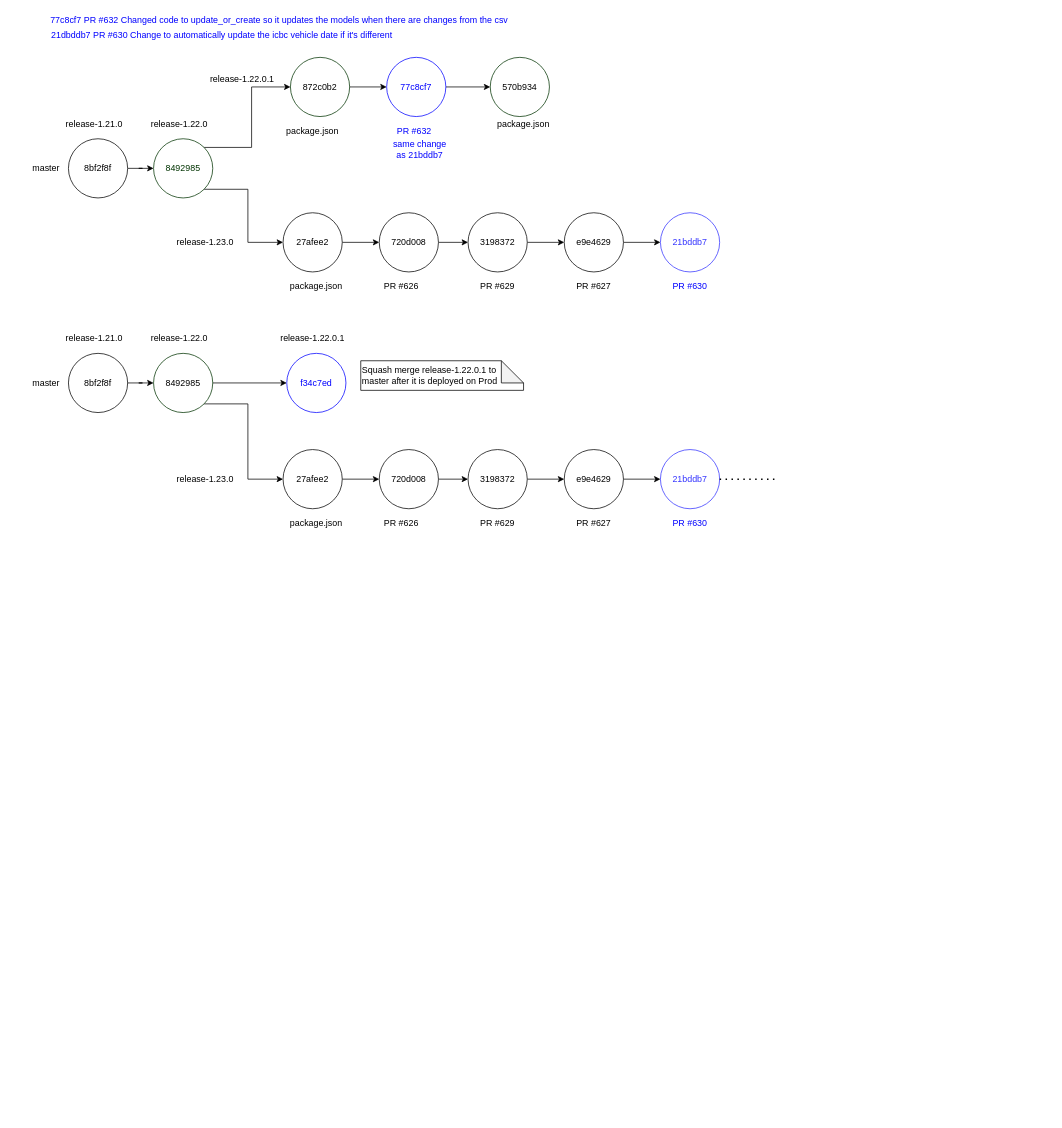
bcgov/zeva keeps this draw.io diagram as openshift/release-management/emergency-release-1.22.0.1.drawio. Above is the earlier version. Source tidied: cells renumbered, new cells numbered last; positions are measured from the earlier drawing's top-left corner, leaving out a move shared by most shapes. Both pictures are drawn from the tidied source at 74%, with x=0, y=0 at pixel (31, 13).
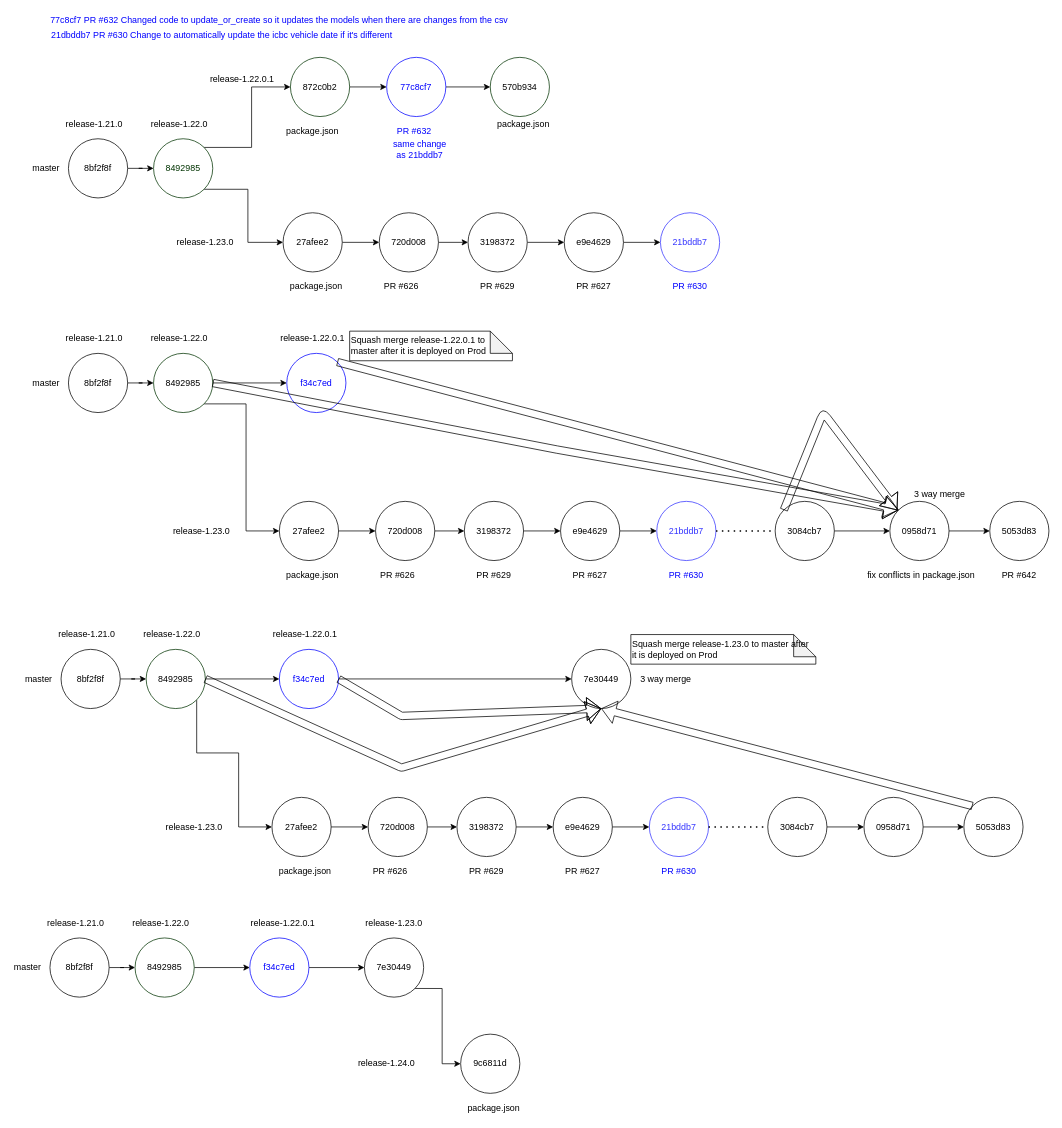
Above is the later version.

The change refers to these unchanged cells:
```xml
<mxCell id="41" value="8492985" style="ellipse;whiteSpace=wrap;html=1;strokeColor=#003300;" parent="1" vertex="1">
  <mxGeometry x="165" y="460" width="80" height="80" as="geometry" />
</mxCell>
<mxCell id="63" value="f34c7ed" style="ellipse;whiteSpace=wrap;html=1;fontColor=#0000FF;strokeColor=#0000FF;" parent="1" vertex="1">
  <mxGeometry x="345" y="460" width="80" height="80" as="geometry" />
</mxCell>
```

The edit, as a diff of the source:
```diff
@@
     <mxCell id="43" value="27afee2" style="ellipse;whiteSpace=wrap;html=1;" parent="1" vertex="1">
-      <mxGeometry x="340" y="590" width="80" height="80" as="geometry" />
+      <mxGeometry x="335" y="660" width="80" height="80" as="geometry" />
     </mxCell>
@@
     <mxCell id="45" value="720d008" style="ellipse;whiteSpace=wrap;html=1;" parent="1" vertex="1">
-      <mxGeometry x="470" y="590" width="80" height="80" as="geometry" />
+      <mxGeometry x="465" y="660" width="80" height="80" as="geometry" />
     </mxCell>
@@
     <mxCell id="47" value="3198372" style="ellipse;whiteSpace=wrap;html=1;" parent="1" vertex="1">
-      <mxGeometry x="590" y="590" width="80" height="80" as="geometry" />
+      <mxGeometry x="585" y="660" width="80" height="80" as="geometry" />
     </mxCell>
@@
     <mxCell id="49" value="e9e4629" style="ellipse;whiteSpace=wrap;html=1;" parent="1" vertex="1">
-      <mxGeometry x="720" y="590" width="80" height="80" as="geometry" />
+      <mxGeometry x="715" y="660" width="80" height="80" as="geometry" />
     </mxCell>
     <mxCell id="50" value="release-1.23.0" style="text;html=1;strokeColor=none;fillColor=none;align=center;verticalAlign=middle;whiteSpace=wrap;rounded=0;" parent="1" vertex="1">
-      <mxGeometry x="190" y="620" width="90" height="20" as="geometry" />
+      <mxGeometry x="185" y="690" width="90" height="20" as="geometry" />
     </mxCell>
@@
     <mxCell id="54" value="21bddb7" style="ellipse;whiteSpace=wrap;html=1;strokeColor=#3333FF;fontColor=#3333FF;" parent="1" vertex="1">
-      <mxGeometry x="850" y="590" width="80" height="80" as="geometry" />
+      <mxGeometry x="845" y="660" width="80" height="80" as="geometry" />
     </mxCell>
@@
     <mxCell id="58" value="PR #630" style="text;html=1;strokeColor=none;fillColor=none;align=center;verticalAlign=middle;whiteSpace=wrap;rounded=0;fontColor=#0000FF;" parent="1" vertex="1">
-      <mxGeometry x="860" y="680" width="60" height="20" as="geometry" />
+      <mxGeometry x="855" y="750" width="60" height="20" as="geometry" />
     </mxCell>
     <mxCell id="59" value="PR #627" style="text;html=1;strokeColor=none;fillColor=none;align=center;verticalAlign=middle;whiteSpace=wrap;rounded=0;" parent="1" vertex="1">
-      <mxGeometry x="730" y="680" width="60" height="20" as="geometry" />
+      <mxGeometry x="725" y="750" width="60" height="20" as="geometry" />
     </mxCell>
     <mxCell id="60" value="PR #629" style="text;html=1;strokeColor=none;fillColor=none;align=center;verticalAlign=middle;whiteSpace=wrap;rounded=0;" parent="1" vertex="1">
-      <mxGeometry x="600" y="680" width="60" height="20" as="geometry" />
+      <mxGeometry x="595" y="750" width="60" height="20" as="geometry" />
     </mxCell>
     <mxCell id="61" value="PR #626" style="text;html=1;strokeColor=none;fillColor=none;align=center;verticalAlign=middle;whiteSpace=wrap;rounded=0;" parent="1" vertex="1">
-      <mxGeometry x="470" y="680" width="60" height="20" as="geometry" />
+      <mxGeometry x="465" y="750" width="60" height="20" as="geometry" />
     </mxCell>
     <mxCell id="62" value="package.json" style="text;html=1;strokeColor=none;fillColor=none;align=center;verticalAlign=middle;whiteSpace=wrap;rounded=0;" parent="1" vertex="1">
-      <mxGeometry x="340" y="680" width="90" height="20" as="geometry" />
+      <mxGeometry x="335" y="750" width="90" height="20" as="geometry" />
     </mxCell>
@@
     <mxCell id="64" value="Squash merge release-1.22.0.1 to master after it is deployed on Prod" style="shape=note;whiteSpace=wrap;html=1;backgroundOutline=1;darkOpacity=0.05;align=left;" parent="1" vertex="1">
-      <mxGeometry x="445" y="470" width="220" height="40" as="geometry" />
+      <mxGeometry x="430" y="430" width="220" height="40" as="geometry" />
     </mxCell>
     <mxCell id="65" style="endArrow=none;dashed=1;html=1;dashPattern=1 3;strokeWidth=2;fontColor=#0000FF;exitX=1;exitY=0.5;exitDx=0;exitDy=0;" parent="1" edge="1" source="54">
       <mxGeometry relative="1" as="geometry">
-        <mxPoint x="1010" y="630" as="targetPoint" />
+        <mxPoint x="1005" y="700" as="targetPoint" />
       </mxGeometry>
     </mxCell>
+    <mxCell id="66" value="5053d83" style="ellipse;whiteSpace=wrap;html=1;" parent="1" vertex="1">
+      <mxGeometry x="1295" y="660" width="80" height="80" as="geometry" />
+    </mxCell>
+    <mxCell id="67" style="edgeStyle=orthogonalEdgeStyle;rounded=0;jettySize=auto;html=1;entryX=0;entryY=0.5;entryDx=0;entryDy=0;exitX=1;exitY=0.5;exitDx=0;exitDy=0;" parent="1" edge="1" source="68" target="70">
+      <mxGeometry relative="1" as="geometry" />
+    </mxCell>
+    <mxCell id="68" value="3084cb7" style="ellipse;whiteSpace=wrap;html=1;" parent="1" vertex="1">
+      <mxGeometry x="1005" y="660" width="80" height="80" as="geometry" />
+    </mxCell>
+    <mxCell id="69" style="edgeStyle=orthogonalEdgeStyle;rounded=0;jettySize=auto;html=1;exitX=1;exitY=0.5;exitDx=0;exitDy=0;entryX=0;entryY=0.5;entryDx=0;entryDy=0;startArrow=none;startFill=0;" parent="1" edge="1" source="70" target="66">
+      <mxGeometry relative="1" as="geometry" />
+    </mxCell>
+    <mxCell id="70" value="0958d71" style="ellipse;whiteSpace=wrap;html=1;" parent="1" vertex="1">
+      <mxGeometry x="1160" y="660" width="80" height="80" as="geometry" />
+    </mxCell>
+    <mxCell id="71" style="edgeStyle=orthogonalEdgeStyle;rounded=0;jettySize=auto;html=1;entryX=0;entryY=0.5;entryDx=0;entryDy=0;" parent="1" edge="1" source="72" target="75">
+      <mxGeometry relative="1" as="geometry" />
+    </mxCell>
+    <mxCell id="72" value="8bf2f8f" style="ellipse;whiteSpace=wrap;html=1;" parent="1" vertex="1">
+      <mxGeometry x="40" y="860" width="80" height="80" as="geometry" />
+    </mxCell>
+    <mxCell id="73" style="edgeStyle=orthogonalEdgeStyle;rounded=0;jettySize=auto;html=1;entryX=0;entryY=0.5;entryDx=0;entryDy=0;exitX=1;exitY=1;exitDx=0;exitDy=0;" parent="1" edge="1" source="75" target="77">
+      <mxGeometry relative="1" as="geometry">
+        <Array as="points">
+          <mxPoint x="223" y="1000" />
+          <mxPoint x="280" y="1000" />
+          <mxPoint x="280" y="1100" />
+        </Array>
+      </mxGeometry>
+    </mxCell>
+    <mxCell id="74" style="edgeStyle=orthogonalEdgeStyle;rounded=0;jettySize=auto;html=1;exitX=1;exitY=0.5;exitDx=0;exitDy=0;entryX=0;entryY=0.5;entryDx=0;entryDy=0;" parent="1" edge="1" source="75" target="96">
+      <mxGeometry relative="1" as="geometry" />
+    </mxCell>
+    <mxCell id="75" value="8492985" style="ellipse;whiteSpace=wrap;html=1;strokeColor=#003300;" parent="1" vertex="1">
+      <mxGeometry x="155" y="860" width="80" height="80" as="geometry" />
+    </mxCell>
+    <mxCell id="76" style="edgeStyle=orthogonalEdgeStyle;rounded=0;jettySize=auto;html=1;exitX=1;exitY=0.5;exitDx=0;exitDy=0;" parent="1" edge="1" source="77" target="79">
+      <mxGeometry relative="1" as="geometry" />
+    </mxCell>
+    <mxCell id="77" value="27afee2" style="ellipse;whiteSpace=wrap;html=1;" parent="1" vertex="1">
+      <mxGeometry x="325" y="1060" width="80" height="80" as="geometry" />
+    </mxCell>
+    <mxCell id="78" style="edgeStyle=orthogonalEdgeStyle;rounded=0;jettySize=auto;html=1;exitX=1;exitY=0.5;exitDx=0;exitDy=0;entryX=0;entryY=0.5;entryDx=0;entryDy=0;" parent="1" edge="1" source="79" target="81">
+      <mxGeometry relative="1" as="geometry" />
+    </mxCell>
+    <mxCell id="79" value="720d008" style="ellipse;whiteSpace=wrap;html=1;" parent="1" vertex="1">
+      <mxGeometry x="455" y="1060" width="80" height="80" as="geometry" />
+    </mxCell>
+    <mxCell id="80" style="edgeStyle=orthogonalEdgeStyle;rounded=0;jettySize=auto;html=1;exitX=1;exitY=0.5;exitDx=0;exitDy=0;entryX=0;entryY=0.5;entryDx=0;entryDy=0;" parent="1" edge="1" source="81" target="83">
+      <mxGeometry relative="1" as="geometry" />
+    </mxCell>
+    <mxCell id="81" value="3198372" style="ellipse;whiteSpace=wrap;html=1;" parent="1" vertex="1">
+      <mxGeometry x="575" y="1060" width="80" height="80" as="geometry" />
+    </mxCell>
+    <mxCell id="82" style="edgeStyle=orthogonalEdgeStyle;rounded=0;jettySize=auto;html=1;entryX=0;entryY=0.5;entryDx=0;entryDy=0;" parent="1" edge="1" source="83" target="88">
+      <mxGeometry relative="1" as="geometry" />
+    </mxCell>
+    <mxCell id="83" value="e9e4629" style="ellipse;whiteSpace=wrap;html=1;" parent="1" vertex="1">
+      <mxGeometry x="705" y="1060" width="80" height="80" as="geometry" />
+    </mxCell>
+    <mxCell id="84" value="release-1.23.0" style="text;html=1;strokeColor=none;fillColor=none;align=center;verticalAlign=middle;whiteSpace=wrap;rounded=0;" parent="1" vertex="1">
+      <mxGeometry x="175" y="1090" width="90" height="20" as="geometry" />
+    </mxCell>
+    <mxCell id="85" value="master" style="text;html=1;strokeColor=none;fillColor=none;align=center;verticalAlign=middle;whiteSpace=wrap;rounded=0;" parent="1" vertex="1">
+      <mxGeometry x="-10" y="890" width="40" height="20" as="geometry" />
+    </mxCell>
+    <mxCell id="86" value="release-1.22.0" style="text;html=1;strokeColor=none;fillColor=none;align=center;verticalAlign=middle;whiteSpace=wrap;rounded=0;" parent="1" vertex="1">
+      <mxGeometry x="145" y="830" width="90" height="20" as="geometry" />
+    </mxCell>
+    <mxCell id="87" value="release-1.21.0" style="text;html=1;strokeColor=none;fillColor=none;align=center;verticalAlign=middle;whiteSpace=wrap;rounded=0;" parent="1" vertex="1">
+      <mxGeometry x="30" y="830" width="90" height="20" as="geometry" />
+    </mxCell>
+    <mxCell id="88" value="21bddb7" style="ellipse;whiteSpace=wrap;html=1;strokeColor=#3333FF;fontColor=#3333FF;" parent="1" vertex="1">
+      <mxGeometry x="835" y="1060" width="80" height="80" as="geometry" />
+    </mxCell>
+    <mxCell id="89" value="release-1.22.0.1" style="text;html=1;strokeColor=none;fillColor=none;align=center;verticalAlign=middle;whiteSpace=wrap;rounded=0;" parent="1" vertex="1">
+      <mxGeometry x="325" y="830" width="90" height="20" as="geometry" />
+    </mxCell>
+    <mxCell id="90" value="PR #630" style="text;html=1;strokeColor=none;fillColor=none;align=center;verticalAlign=middle;whiteSpace=wrap;rounded=0;fontColor=#0000FF;" parent="1" vertex="1">
+      <mxGeometry x="845" y="1150" width="60" height="20" as="geometry" />
+    </mxCell>
+    <mxCell id="91" value="PR #627" style="text;html=1;strokeColor=none;fillColor=none;align=center;verticalAlign=middle;whiteSpace=wrap;rounded=0;" parent="1" vertex="1">
+      <mxGeometry x="715" y="1150" width="60" height="20" as="geometry" />
+    </mxCell>
+    <mxCell id="92" value="PR #629" style="text;html=1;strokeColor=none;fillColor=none;align=center;verticalAlign=middle;whiteSpace=wrap;rounded=0;" parent="1" vertex="1">
+      <mxGeometry x="585" y="1150" width="60" height="20" as="geometry" />
+    </mxCell>
+    <mxCell id="93" value="PR #626" style="text;html=1;strokeColor=none;fillColor=none;align=center;verticalAlign=middle;whiteSpace=wrap;rounded=0;" parent="1" vertex="1">
+      <mxGeometry x="455" y="1150" width="60" height="20" as="geometry" />
+    </mxCell>
+    <mxCell id="94" value="package.json" style="text;html=1;strokeColor=none;fillColor=none;align=center;verticalAlign=middle;whiteSpace=wrap;rounded=0;" parent="1" vertex="1">
+      <mxGeometry x="325" y="1150" width="90" height="20" as="geometry" />
+    </mxCell>
+    <mxCell id="95" style="edgeStyle=orthogonalEdgeStyle;rounded=0;jettySize=auto;html=1;startArrow=none;startFill=0;" parent="1" edge="1" source="96" target="104">
+      <mxGeometry relative="1" as="geometry" />
+    </mxCell>
+    <mxCell id="96" value="f34c7ed" style="ellipse;whiteSpace=wrap;html=1;fontColor=#0000FF;strokeColor=#0000FF;" parent="1" vertex="1">
+      <mxGeometry x="335" y="860" width="80" height="80" as="geometry" />
+    </mxCell>
+    <mxCell id="97" style="endArrow=none;dashed=1;html=1;dashPattern=1 3;strokeWidth=2;fontColor=#0000FF;exitX=1;exitY=0.5;exitDx=0;exitDy=0;" parent="1" edge="1" source="88">
+      <mxGeometry relative="1" as="geometry">
+        <mxPoint x="995" y="1100" as="targetPoint" />
+      </mxGeometry>
+    </mxCell>
+    <mxCell id="98" value="5053d83" style="ellipse;whiteSpace=wrap;html=1;" parent="1" vertex="1">
+      <mxGeometry x="1260" y="1060" width="80" height="80" as="geometry" />
+    </mxCell>
+    <mxCell id="99" style="edgeStyle=orthogonalEdgeStyle;rounded=0;jettySize=auto;html=1;entryX=0;entryY=0.5;entryDx=0;entryDy=0;" parent="1" edge="1" source="100" target="102">
+      <mxGeometry relative="1" as="geometry" />
+    </mxCell>
+    <mxCell id="100" value="3084cb7" style="ellipse;whiteSpace=wrap;html=1;" parent="1" vertex="1">
+      <mxGeometry x="995" y="1060" width="80" height="80" as="geometry" />
+    </mxCell>
+    <mxCell id="101" style="edgeStyle=orthogonalEdgeStyle;rounded=0;jettySize=auto;html=1;exitX=1;exitY=0.5;exitDx=0;exitDy=0;entryX=0;entryY=0.5;entryDx=0;entryDy=0;startArrow=none;startFill=0;" parent="1" edge="1" source="102" target="98">
+      <mxGeometry relative="1" as="geometry" />
+    </mxCell>
+    <mxCell id="102" value="0958d71" style="ellipse;whiteSpace=wrap;html=1;" parent="1" vertex="1">
+      <mxGeometry x="1125" y="1060" width="80" height="80" as="geometry" />
+    </mxCell>
+    <mxCell id="103" value="fix conflicts in package.json" style="text;html=1;strokeColor=none;fillColor=none;align=center;verticalAlign=middle;whiteSpace=wrap;rounded=0;" parent="1" vertex="1">
+      <mxGeometry x="1120" y="750" width="165" height="20" as="geometry" />
+    </mxCell>
+    <mxCell id="104" value="7e30449" style="ellipse;whiteSpace=wrap;html=1;" parent="1" vertex="1">
+      <mxGeometry x="730" y="860" width="80" height="80" as="geometry" />
+    </mxCell>
+    <mxCell id="105" style="shape=flexArrow;endArrow=classic;html=1;exitX=0;exitY=0;exitDx=0;exitDy=0;entryX=0.5;entryY=1;entryDx=0;entryDy=0;" parent="1" edge="1" source="98" target="104">
+      <mxGeometry relative="1" as="geometry" />
+    </mxCell>
+    <mxCell id="106" style="shape=flexArrow;endArrow=classic;html=1;exitX=1;exitY=0;exitDx=0;exitDy=0;entryX=0;entryY=0;entryDx=0;entryDy=0;" parent="1" edge="1" source="63" target="70">
+      <mxGeometry relative="1" as="geometry" />
+    </mxCell>
+    <mxCell id="107" style="shape=flexArrow;endArrow=classic;html=1;exitX=1;exitY=0.5;exitDx=0;exitDy=0;entryX=0;entryY=0;entryDx=0;entryDy=0;" parent="1" edge="1" source="41" target="70">
+      <mxGeometry relative="1" as="geometry">
+        <Array as="points">
+          <mxPoint x="710" y="590" />
+        </Array>
+      </mxGeometry>
+    </mxCell>
+    <mxCell id="108" style="shape=flexArrow;endArrow=classic;html=1;entryX=0.5;entryY=1;entryDx=0;entryDy=0;exitX=1;exitY=0.5;exitDx=0;exitDy=0;" parent="1" edge="1" source="75" target="104">
+      <mxGeometry relative="1" as="geometry">
+        <Array as="points">
+          <mxPoint x="500" y="1020" />
+        </Array>
+      </mxGeometry>
+    </mxCell>
+    <mxCell id="109" style="shape=flexArrow;endArrow=classic;html=1;exitX=0;exitY=0;exitDx=0;exitDy=0;" parent="1" edge="1" source="68">
+      <mxGeometry relative="1" as="geometry">
+        <mxPoint x="1170" y="672" as="targetPoint" />
+        <Array as="points">
+          <mxPoint x="1070" y="540" />
+        </Array>
+      </mxGeometry>
+    </mxCell>
+    <mxCell id="110" style="shape=flexArrow;endArrow=classic;html=1;exitX=1;exitY=0.5;exitDx=0;exitDy=0;" parent="1" edge="1" source="96">
+      <mxGeometry relative="1" as="geometry">
+        <mxPoint x="770" y="940" as="targetPoint" />
+        <Array as="points">
+          <mxPoint x="500" y="950" />
+        </Array>
+      </mxGeometry>
+    </mxCell>
+    <mxCell id="111" value="3 way merge" style="text;html=1;strokeColor=none;fillColor=none;align=center;verticalAlign=middle;whiteSpace=wrap;rounded=0;" parent="1" vertex="1">
+      <mxGeometry x="810" y="890" width="95" height="20" as="geometry" />
+    </mxCell>
+    <mxCell id="112" value="3 way merge" style="text;html=1;strokeColor=none;fillColor=none;align=center;verticalAlign=middle;whiteSpace=wrap;rounded=0;" parent="1" vertex="1">
+      <mxGeometry x="1180" y="640" width="95" height="20" as="geometry" />
+    </mxCell>
+    <mxCell id="113" value="PR #642" style="text;html=1;strokeColor=none;fillColor=none;align=center;verticalAlign=middle;whiteSpace=wrap;rounded=0;" parent="1" vertex="1">
+      <mxGeometry x="1305" y="750" width="60" height="20" as="geometry" />
+    </mxCell>
+    <mxCell id="114" style="edgeStyle=orthogonalEdgeStyle;rounded=0;jettySize=auto;html=1;entryX=0;entryY=0.5;entryDx=0;entryDy=0;" parent="1" edge="1" source="115" target="117">
+      <mxGeometry relative="1" as="geometry" />
+    </mxCell>
+    <mxCell id="115" value="8bf2f8f" style="ellipse;whiteSpace=wrap;html=1;" parent="1" vertex="1">
+      <mxGeometry x="25" y="1250" width="80" height="80" as="geometry" />
+    </mxCell>
+    <mxCell id="116" style="edgeStyle=orthogonalEdgeStyle;rounded=0;jettySize=auto;html=1;exitX=1;exitY=0.5;exitDx=0;exitDy=0;entryX=0;entryY=0.5;entryDx=0;entryDy=0;" parent="1" edge="1" source="117" target="123">
+      <mxGeometry relative="1" as="geometry" />
+    </mxCell>
+    <mxCell id="117" value="8492985" style="ellipse;whiteSpace=wrap;html=1;strokeColor=#003300;" parent="1" vertex="1">
+      <mxGeometry x="140" y="1250" width="80" height="80" as="geometry" />
+    </mxCell>
+    <mxCell id="118" value="master" style="text;html=1;strokeColor=none;fillColor=none;align=center;verticalAlign=middle;whiteSpace=wrap;rounded=0;" parent="1" vertex="1">
+      <mxGeometry x="-25" y="1280" width="40" height="20" as="geometry" />
+    </mxCell>
+    <mxCell id="119" value="release-1.22.0" style="text;html=1;strokeColor=none;fillColor=none;align=center;verticalAlign=middle;whiteSpace=wrap;rounded=0;" parent="1" vertex="1">
+      <mxGeometry x="130" y="1220" width="90" height="20" as="geometry" />
+    </mxCell>
+    <mxCell id="120" value="release-1.21.0" style="text;html=1;strokeColor=none;fillColor=none;align=center;verticalAlign=middle;whiteSpace=wrap;rounded=0;" parent="1" vertex="1">
+      <mxGeometry x="15" y="1220" width="90" height="20" as="geometry" />
+    </mxCell>
+    <mxCell id="121" value="release-1.22.0.1" style="text;html=1;strokeColor=none;fillColor=none;align=center;verticalAlign=middle;whiteSpace=wrap;rounded=0;" parent="1" vertex="1">
+      <mxGeometry x="295" y="1220" width="90" height="20" as="geometry" />
+    </mxCell>
+    <mxCell id="122" style="edgeStyle=orthogonalEdgeStyle;rounded=0;jettySize=auto;html=1;startArrow=none;startFill=0;" parent="1" edge="1" source="123" target="125">
+      <mxGeometry relative="1" as="geometry" />
+    </mxCell>
+    <mxCell id="123" value="f34c7ed" style="ellipse;whiteSpace=wrap;html=1;fontColor=#0000FF;strokeColor=#0000FF;" parent="1" vertex="1">
+      <mxGeometry x="295" y="1250" width="80" height="80" as="geometry" />
+    </mxCell>
+    <mxCell id="124" style="edgeStyle=orthogonalEdgeStyle;rounded=0;jettySize=auto;html=1;exitX=1;exitY=1;exitDx=0;exitDy=0;entryX=0;entryY=0.5;entryDx=0;entryDy=0;startArrow=none;startFill=0;" parent="1" edge="1" source="125" target="127">
+      <mxGeometry relative="1" as="geometry" />
+    </mxCell>
+    <mxCell id="125" value="7e30449" style="ellipse;whiteSpace=wrap;html=1;" parent="1" vertex="1">
+      <mxGeometry x="450" y="1250" width="80" height="80" as="geometry" />
+    </mxCell>
+    <mxCell id="126" value="release-1.23.0" style="text;html=1;strokeColor=none;fillColor=none;align=center;verticalAlign=middle;whiteSpace=wrap;rounded=0;" parent="1" vertex="1">
+      <mxGeometry x="445" y="1220" width="90" height="20" as="geometry" />
+    </mxCell>
+    <mxCell id="127" value="9c6811d" style="ellipse;whiteSpace=wrap;html=1;" parent="1" vertex="1">
+      <mxGeometry x="580" y="1380" width="80" height="80" as="geometry" />
+    </mxCell>
+    <mxCell id="128" value="release-1.24.0" style="text;html=1;strokeColor=none;fillColor=none;align=center;verticalAlign=middle;whiteSpace=wrap;rounded=0;" parent="1" vertex="1">
+      <mxGeometry x="435" y="1410" width="90" height="20" as="geometry" />
+    </mxCell>
+    <mxCell id="129" value="package.json" style="text;html=1;strokeColor=none;fillColor=none;align=center;verticalAlign=middle;whiteSpace=wrap;rounded=0;" parent="1" vertex="1">
+      <mxGeometry x="580" y="1470" width="90" height="20" as="geometry" />
+    </mxCell>
+    <mxCell id="130" value="Squash merge release-1.23.0 to master after it is deployed on Prod" style="shape=note;whiteSpace=wrap;html=1;backgroundOutline=1;darkOpacity=0.05;align=left;" parent="1" vertex="1">
+      <mxGeometry x="810" y="840" width="250" height="40" as="geometry" />
+    </mxCell>
```
